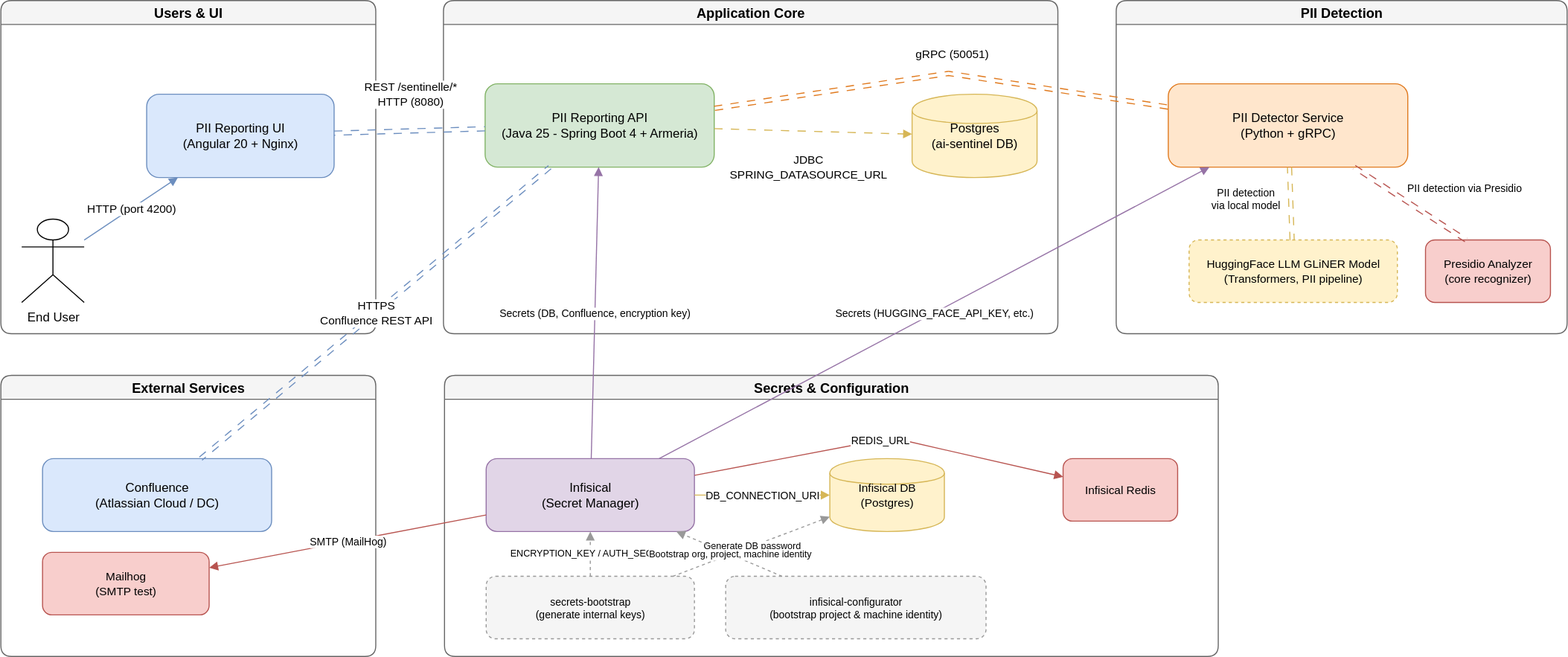
This is docs/ai-sentinel-components.drawio.svg from Softcom-Technologies-Organization/ai-sentinel, a draw.io export, as it was before one commit. Source tidied: cells renumbered, new cells last; positions are measured from the earlier drawing's top-left corner, leaving out a move shared by most shapes.
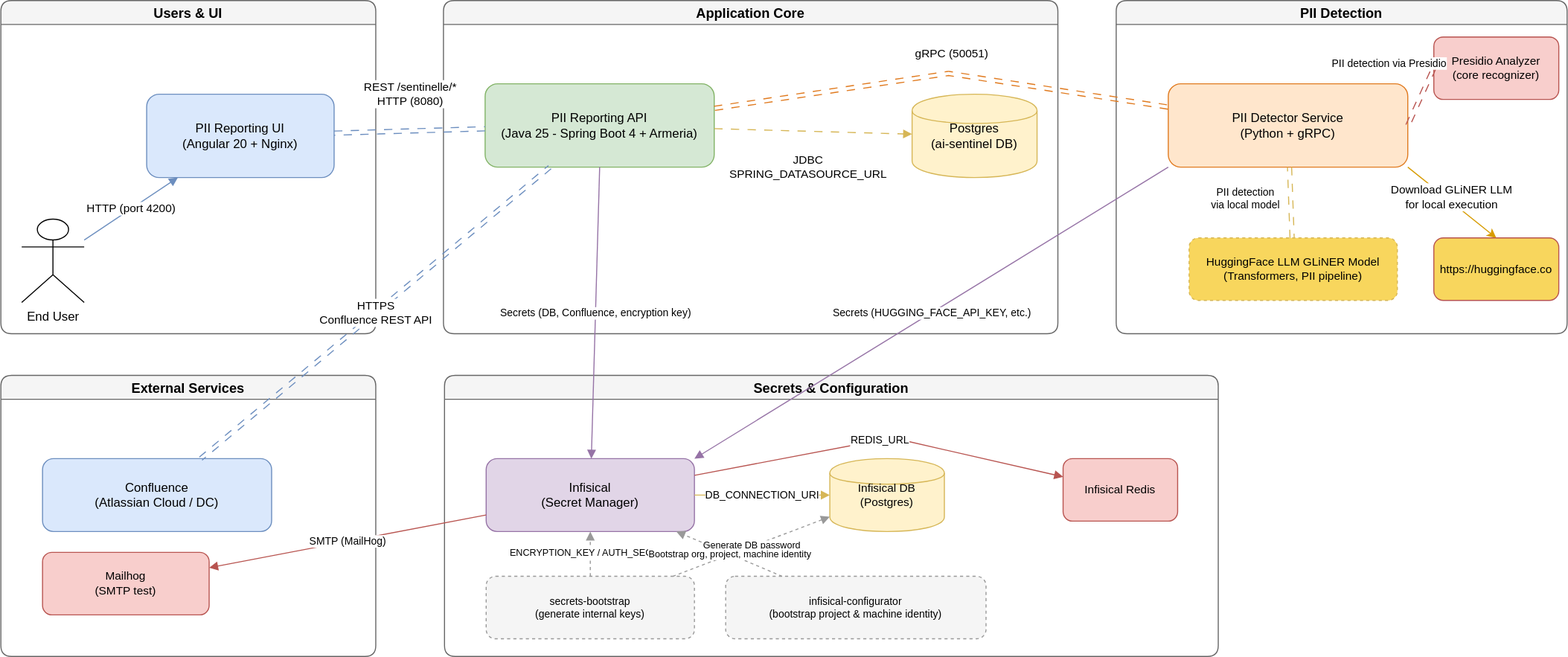
After the change.

Commit message:
docs: add instructions to download docker-compose file and new screenshot

Diff of the diagram source:
```diff
@@ -32,24 +32,32 @@
     <mxCell id="11" value="PII Detection" style="swimlane;rounded=1;fillColor=#f5f5f5;strokeColor=#666666;fontStyle=1;fontSize=13;" parent="1" vertex="1">
       <mxGeometry x="1071" width="433" height="320" as="geometry" />
     </mxCell>
+    <mxCell id="36" style="rounded=0;jettySize=auto;html=1;exitX=1;exitY=1;exitDx=0;exitDy=0;entryX=0.5;entryY=0;entryDx=0;entryDy=0;fillColor=#ffe6cc;strokeColor=#d79b00;" parent="11" edge="1" source="12" target="38">
+      <mxGeometry relative="1" as="geometry" />
+    </mxCell>
+    <mxCell id="37" value="Download GLiNER LLM &lt;br&gt;for local execution" style="edgeLabel;html=1;align=center;verticalAlign=middle;" parent="36" vertex="1">
+      <mxGeometry x="-0.44" relative="1" as="geometry">
+        <mxPoint x="17" y="9" as="offset" />
+      </mxGeometry>
+    </mxCell>
     <mxCell id="12" value="PII Detector Service&#10;(Python + gRPC)" style="shape=rectangle;rounded=1;whiteSpace=wrap;html=1;fillColor=#ffe6cc;strokeColor=#e07a1f;fontSize=12;" parent="11" vertex="1">
       <mxGeometry x="50" y="80" width="230" height="80" as="geometry" />
     </mxCell>
-    <mxCell id="13" value="HuggingFace LLM GLiNER Model&lt;br&gt;(Transformers, PII pipeline)" style="shape=rectangle;rounded=1;dashed=1;whiteSpace=wrap;html=1;fillColor=#fff2cc;strokeColor=#d6b656;fontSize=11;" parent="11" vertex="1">
-      <mxGeometry x="70" y="230" width="200" height="60" as="geometry" />
+    <mxCell id="13" value="HuggingFace LLM GLiNER Model&lt;br&gt;(Transformers, PII pipeline)" style="shape=rectangle;rounded=1;dashed=1;whiteSpace=wrap;html=1;fillColor=#F8D65D;strokeColor=#d6b656;fontSize=11;" parent="11" vertex="1">
+      <mxGeometry x="70" y="228" width="200" height="60" as="geometry" />
     </mxCell>
     <mxCell id="14" value="Presidio Analyzer&lt;br&gt;(core recognizer)" style="shape=rectangle;rounded=1;whiteSpace=wrap;html=1;fillColor=#f8cecc;strokeColor=#b85450;fontSize=11;" parent="11" vertex="1">
-      <mxGeometry x="297" y="230" width="120" height="60" as="geometry" />
+      <mxGeometry x="305" y="35" width="120" height="60" as="geometry" />
     </mxCell>
     <mxCell id="15" value="PII detection &lt;br&gt;via local model" style="endArrow=block;html=1;strokeColor=#d6b656;fontSize=10;flowAnimation=1;shape=link;" parent="11" edge="1" source="12" target="13">
       <mxGeometry x="-0.19" y="-43" relative="1" as="geometry" />
     </mxCell>
-    <mxCell id="16" value="PII detection via Presidio" style="endArrow=block;html=1;strokeColor=#b85450;fontSize=10;flowAnimation=1;shape=link;" parent="11" edge="1">
-      <mxGeometry x="0.55" y="41" relative="1" as="geometry">
-        <mxPoint x="228.4" y="160" as="sourcePoint" />
-        <mxPoint x="335.9" y="230" as="targetPoint" />
-      </mxGeometry>
+    <mxCell id="16" value="PII detection via Presidio" style="endArrow=block;html=1;strokeColor=#b85450;fontSize=10;flowAnimation=1;shape=link;entryX=0;entryY=0.5;entryDx=0;entryDy=0;exitX=1;exitY=0.5;exitDx=0;exitDy=0;" parent="11" edge="1" source="12" target="14">
+      <mxGeometry x="0.55" y="41" relative="1" as="geometry" />
     </mxCell>
+    <mxCell id="38" value="https://huggingface.co" style="shape=rectangle;rounded=1;whiteSpace=wrap;html=1;fillColor=#F8D65D;strokeColor=#b85450;fontSize=11;" parent="11" vertex="1">
+      <mxGeometry x="305" y="228" width="120" height="60" as="geometry" />
+    </mxCell>
     <mxCell id="17" value="gRPC (50051)" style="endArrow=block;html=1;strokeColor=#e07a1f;fontSize=11;flowAnimation=1;shape=link;" parent="1" edge="1" source="7" target="12">
       <mxGeometry x="0.05" y="20" relative="1" as="geometry">
         <Array as="points">
@@ -110,11 +118,11 @@
     <mxCell id="33" value="SMTP (MailHog)" style="endArrow=block;html=1;strokeColor=#b85450;fontSize=10;" parent="1" edge="1" source="19" target="31">
       <mxGeometry relative="1" as="geometry" />
     </mxCell>
+    <mxCell id="35" value="Secrets (HUGGING_FACE_API_KEY, etc.)" style="endArrow=block;html=1;strokeColor=#9673a6;fontSize=10;exitX=0;exitY=1;exitDx=0;exitDy=0;entryX=1;entryY=0;entryDx=0;entryDy=0;" parent="1" edge="1" source="12" target="19">
+      <mxGeometry relative="1" as="geometry" />
+    </mxCell>
-    <mxCell id="34" value="Secrets (DB, Confluence, encryption key)" style="endArrow=block;html=1;strokeColor=#9673a6;fontSize=10;" parent="1" edge="1" source="19" target="7">
+    <mxCell id="34" value="Secrets (DB, Confluence, encryption key)" style="endArrow=block;html=1;strokeColor=#9673a6;fontSize=10;exitX=0.5;exitY=1;exitDx=0;exitDy=0;" parent="1" edge="1" source="7" target="19">
       <mxGeometry relative="1" as="geometry" />
     </mxCell>
-    <mxCell id="35" value="Secrets (HUGGING_FACE_API_KEY, etc.)" style="endArrow=block;html=1;strokeColor=#9673a6;fontSize=10;" parent="1" edge="1" source="19" target="12">
-      <mxGeometry relative="1" as="geometry" />
-    </mxCell>
   </root>
 </mxGraphModel>
```
